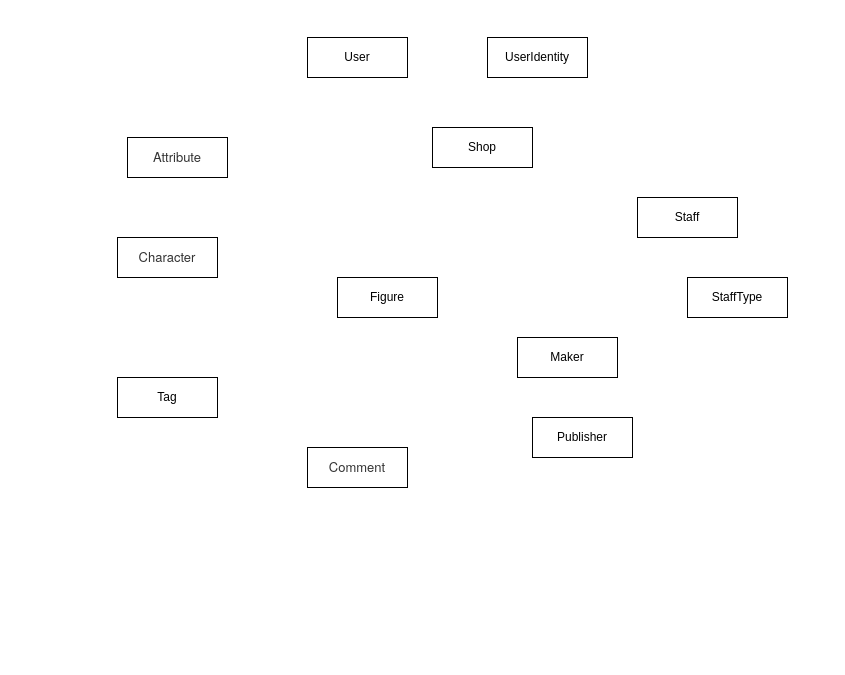
Before: Docs/FigureDB-ERDiagramSimple.drawio in Lem0nCD/FigureDB, a draw.io diagram. Source tidied: cells renumbered, new cells numbered last; positions are measured from the earlier drawing's top-left corner, leaving out a move shared by most shapes. Both pictures are drawn from the tidied source at 100%, with x=0, y=0 at pixel (117, 37).
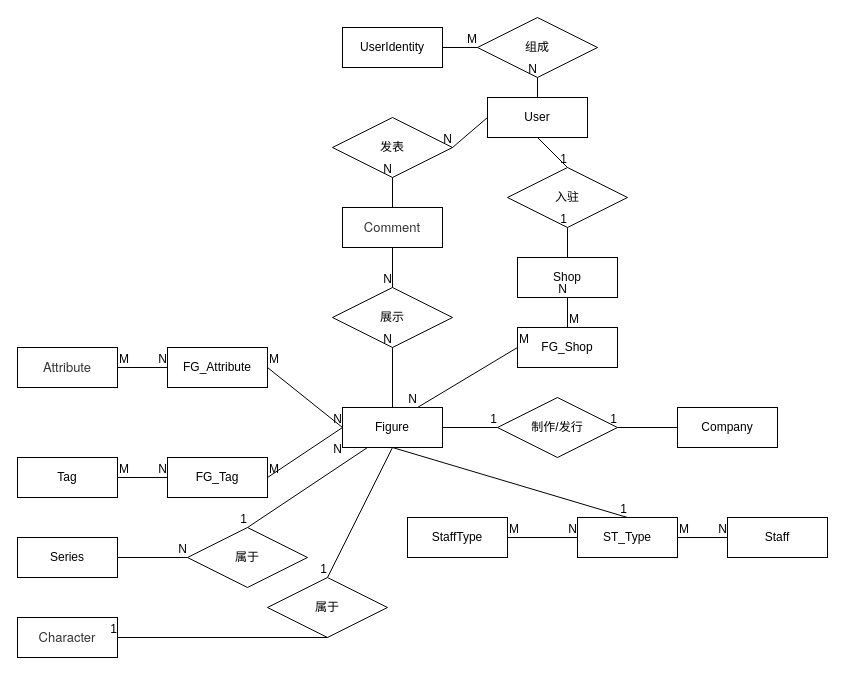
Above is the later version.

Change to the diagram source:
```diff
@@
     <mxCell id="2" value="User" style="whiteSpace=wrap;html=1;align=center;" parent="1" vertex="1">
-      <mxGeometry x="190" width="100" height="40" as="geometry" />
+      <mxGeometry x="370" y="60" width="100" height="40" as="geometry" />
     </mxCell>
     <mxCell id="3" value="UserIdentity" style="whiteSpace=wrap;html=1;align=center;" parent="1" vertex="1">
-      <mxGeometry x="370" width="100" height="40" as="geometry" />
+      <mxGeometry x="225" y="-10" width="100" height="40" as="geometry" />
     </mxCell>
     <mxCell id="4" value="Figure" style="whiteSpace=wrap;html=1;align=center;" parent="1" vertex="1">
-      <mxGeometry x="220" y="240" width="100" height="40" as="geometry" />
+      <mxGeometry x="225" y="370" width="100" height="40" as="geometry" />
     </mxCell>
     <mxCell id="5" value="Shop" style="whiteSpace=wrap;html=1;align=center;" parent="1" vertex="1">
-      <mxGeometry x="315" y="90" width="100" height="40" as="geometry" />
+      <mxGeometry x="400" y="220" width="100" height="40" as="geometry" />
     </mxCell>
-    <mxCell id="6" value="Maker" style="whiteSpace=wrap;html=1;align=center;" parent="1" vertex="1">
-      <mxGeometry x="400" y="300" width="100" height="40" as="geometry" />
+    <mxCell id="6" value="Company" style="whiteSpace=wrap;html=1;align=center;glass=0;" parent="1" vertex="1">
+      <mxGeometry x="560" y="370" width="100" height="40" as="geometry" />
     </mxCell>
     <mxCell id="7" value="Staff" style="whiteSpace=wrap;html=1;align=center;" parent="1" vertex="1">
-      <mxGeometry x="520" y="160" width="100" height="40" as="geometry" />
+      <mxGeometry x="610" y="480" width="100" height="40" as="geometry" />
     </mxCell>
     <mxCell id="8" value="StaffType" style="whiteSpace=wrap;html=1;align=center;" parent="1" vertex="1">
-      <mxGeometry x="570" y="240" width="100" height="40" as="geometry" />
+      <mxGeometry x="290" y="480" width="100" height="40" as="geometry" />
     </mxCell>
     <mxCell id="9" value="Tag" style="whiteSpace=wrap;html=1;align=center;" parent="1" vertex="1">
-      <mxGeometry y="340" width="100" height="40" as="geometry" />
+      <mxGeometry x="-100" y="420" width="100" height="40" as="geometry" />
     </mxCell>
     <mxCell id="10" value="&lt;span style=&quot;color: rgb(51 , 51 , 51) ; font-family: &amp;#34;helvetica neue&amp;#34; , &amp;#34;helvetica&amp;#34; , &amp;#34;arial&amp;#34; , &amp;#34;hiragino sans gb&amp;#34; , &amp;#34;hiragino sans gb w3&amp;#34; , &amp;#34;microsoft yahei ui&amp;#34; , &amp;#34;microsoft yahei&amp;#34; , sans-serif ; font-size: 13px ; text-align: left&quot;&gt;Character&lt;/span&gt;" style="whiteSpace=wrap;html=1;align=center;" parent="1" vertex="1">
-      <mxGeometry y="200" width="100" height="40" as="geometry" />
+      <mxGeometry x="-100" y="580" width="100" height="40" as="geometry" />
     </mxCell>
     <mxCell id="11" value="&lt;span style=&quot;color: rgb(51 , 51 , 51) ; font-family: &amp;#34;helvetica neue&amp;#34; , &amp;#34;helvetica&amp;#34; , &amp;#34;arial&amp;#34; , &amp;#34;hiragino sans gb&amp;#34; , &amp;#34;hiragino sans gb w3&amp;#34; , &amp;#34;microsoft yahei ui&amp;#34; , &amp;#34;microsoft yahei&amp;#34; , sans-serif ; font-size: 13px ; text-align: left&quot;&gt;Attribute&lt;/span&gt;" style="whiteSpace=wrap;html=1;align=center;" parent="1" vertex="1">
-      <mxGeometry x="10" y="100" width="100" height="40" as="geometry" />
+      <mxGeometry x="-100" y="310" width="100" height="40" as="geometry" />
     </mxCell>
-    <mxCell id="12" value="Publisher" style="whiteSpace=wrap;html=1;align=center;" parent="1" vertex="1">
-      <mxGeometry x="415" y="380" width="100" height="40" as="geometry" />
-    </mxCell>
     <mxCell id="13" value="&lt;span style=&quot;color: rgb(51 , 51 , 51) ; font-family: &amp;#34;helvetica neue&amp;#34; , &amp;#34;helvetica&amp;#34; , &amp;#34;arial&amp;#34; , &amp;#34;hiragino sans gb&amp;#34; , &amp;#34;hiragino sans gb w3&amp;#34; , &amp;#34;microsoft yahei ui&amp;#34; , &amp;#34;microsoft yahei&amp;#34; , sans-serif ; font-size: 13px ; text-align: left&quot;&gt;Comment&lt;/span&gt;" style="whiteSpace=wrap;html=1;align=center;" parent="1" vertex="1">
-      <mxGeometry x="190" y="410" width="100" height="40" as="geometry" />
+      <mxGeometry x="225" y="170" width="100" height="40" as="geometry" />
     </mxCell>
+    <mxCell id="14" value="组成" style="shape=rhombus;perimeter=rhombusPerimeter;whiteSpace=wrap;html=1;align=center;" parent="1" vertex="1">
+      <mxGeometry x="360" y="-20" width="120" height="60" as="geometry" />
+    </mxCell>
+    <mxCell id="15" style="endArrow=none;html=1;rounded=0;exitX=0.5;exitY=0;exitDx=0;exitDy=0;entryX=0.5;entryY=1;entryDx=0;entryDy=0;" parent="1" edge="1" source="2" target="14">
+      <mxGeometry relative="1" as="geometry" />
+    </mxCell>
+    <mxCell id="16" value="N" style="html=1;align=right;verticalAlign=bottom;" parent="15" vertex="1">
+      <mxGeometry x="1" relative="1" as="geometry" />
+    </mxCell>
+    <mxCell id="17" style="endArrow=none;html=1;rounded=0;entryX=0;entryY=0.5;entryDx=0;entryDy=0;exitX=1;exitY=0.5;exitDx=0;exitDy=0;" parent="1" edge="1" source="3" target="14">
+      <mxGeometry relative="1" as="geometry" />
+    </mxCell>
+    <mxCell id="18" value="M" style="html=1;align=right;verticalAlign=bottom;" parent="17" vertex="1">
+      <mxGeometry x="1" relative="1" as="geometry" />
+    </mxCell>
+    <mxCell id="19" value="FG_Attribute" style="whiteSpace=wrap;html=1;align=center;" parent="1" vertex="1">
+      <mxGeometry x="50" y="310" width="100" height="40" as="geometry" />
+    </mxCell>
+    <mxCell id="20" value="FG_Tag" style="whiteSpace=wrap;html=1;align=center;" parent="1" vertex="1">
+      <mxGeometry x="50" y="420" width="100" height="40" as="geometry" />
+    </mxCell>
+    <mxCell id="21" style="endArrow=none;html=1;rounded=0;exitX=1;exitY=0.5;exitDx=0;exitDy=0;entryX=0;entryY=0.5;entryDx=0;entryDy=0;" parent="1" edge="1" source="19" target="4">
+      <mxGeometry relative="1" as="geometry" />
+    </mxCell>
+    <mxCell id="22" value="M" style="html=1;align=left;verticalAlign=bottom;" parent="21" vertex="1">
+      <mxGeometry x="-1" relative="1" as="geometry" />
+    </mxCell>
+    <mxCell id="23" value="N" style="html=1;align=right;verticalAlign=bottom;" parent="21" vertex="1">
+      <mxGeometry x="1" relative="1" as="geometry" />
+    </mxCell>
+    <mxCell id="24" style="endArrow=none;html=1;rounded=0;entryX=0;entryY=0.5;entryDx=0;entryDy=0;exitX=1;exitY=0.5;exitDx=0;exitDy=0;" parent="1" edge="1" source="11" target="19">
+      <mxGeometry relative="1" as="geometry" />
+    </mxCell>
+    <mxCell id="25" value="M" style="html=1;align=left;verticalAlign=bottom;" parent="24" vertex="1">
+      <mxGeometry x="-1" relative="1" as="geometry" />
+    </mxCell>
+    <mxCell id="26" value="N" style="html=1;align=right;verticalAlign=bottom;" parent="24" vertex="1">
+      <mxGeometry x="1" relative="1" as="geometry" />
+    </mxCell>
+    <mxCell id="27" style="endArrow=none;html=1;rounded=0;exitX=1;exitY=0.5;exitDx=0;exitDy=0;entryX=0;entryY=0.5;entryDx=0;entryDy=0;" parent="1" edge="1" source="9" target="20">
+      <mxGeometry relative="1" as="geometry" />
+    </mxCell>
+    <mxCell id="28" value="M" style="html=1;align=left;verticalAlign=bottom;" parent="27" vertex="1">
+      <mxGeometry x="-1" relative="1" as="geometry" />
+    </mxCell>
+    <mxCell id="29" value="N" style="html=1;align=right;verticalAlign=bottom;" parent="27" vertex="1">
+      <mxGeometry x="1" relative="1" as="geometry" />
+    </mxCell>
+    <mxCell id="30" style="endArrow=none;html=1;rounded=0;entryX=0;entryY=0.5;entryDx=0;entryDy=0;exitX=1;exitY=0.5;exitDx=0;exitDy=0;" parent="1" edge="1" source="20" target="4">
+      <mxGeometry relative="1" as="geometry" />
+    </mxCell>
+    <mxCell id="31" value="M" style="html=1;align=left;verticalAlign=bottom;" parent="30" vertex="1">
+      <mxGeometry x="-1" relative="1" as="geometry" />
+    </mxCell>
+    <mxCell id="32" value="N" style="html=1;align=right;verticalAlign=bottom;" parent="30" vertex="1">
+      <mxGeometry x="1" relative="1" as="geometry">
+        <mxPoint x="0.2" y="29.8" as="offset" />
+      </mxGeometry>
+    </mxCell>
+    <mxCell id="33" value="发表" style="shape=rhombus;perimeter=rhombusPerimeter;whiteSpace=wrap;html=1;align=center;" parent="1" vertex="1">
+      <mxGeometry x="215" y="80" width="120" height="60" as="geometry" />
+    </mxCell>
+    <mxCell id="34" style="endArrow=none;html=1;rounded=0;exitX=0;exitY=0.5;exitDx=0;exitDy=0;entryX=1;entryY=0.5;entryDx=0;entryDy=0;" parent="1" edge="1" source="2" target="33">
+      <mxGeometry relative="1" as="geometry" />
+    </mxCell>
+    <mxCell id="35" value="N" style="html=1;align=right;verticalAlign=bottom;" parent="34" vertex="1">
+      <mxGeometry x="1" relative="1" as="geometry" />
+    </mxCell>
+    <mxCell id="36" style="endArrow=none;html=1;rounded=0;entryX=0.5;entryY=1;entryDx=0;entryDy=0;exitX=0.5;exitY=0;exitDx=0;exitDy=0;" parent="1" edge="1" source="13" target="33">
+      <mxGeometry relative="1" as="geometry" />
+    </mxCell>
+    <mxCell id="37" value="N" style="html=1;align=right;verticalAlign=bottom;" parent="36" vertex="1">
+      <mxGeometry x="1" relative="1" as="geometry" />
+    </mxCell>
+    <mxCell id="38" value="展示" style="shape=rhombus;perimeter=rhombusPerimeter;whiteSpace=wrap;html=1;align=center;glass=0;" parent="1" vertex="1">
+      <mxGeometry x="215" y="250" width="120" height="60" as="geometry" />
+    </mxCell>
+    <mxCell id="39" style="endArrow=none;html=1;rounded=0;exitX=0.5;exitY=1;exitDx=0;exitDy=0;entryX=0.5;entryY=0;entryDx=0;entryDy=0;" parent="1" edge="1" source="13" target="38">
+      <mxGeometry relative="1" as="geometry" />
+    </mxCell>
+    <mxCell id="40" value="N" style="html=1;align=right;verticalAlign=bottom;" parent="39" vertex="1">
+      <mxGeometry x="1" relative="1" as="geometry" />
+    </mxCell>
+    <mxCell id="41" style="endArrow=none;html=1;rounded=0;entryX=0.5;entryY=1;entryDx=0;entryDy=0;exitX=0.5;exitY=0;exitDx=0;exitDy=0;" parent="1" edge="1" source="4" target="38">
+      <mxGeometry relative="1" as="geometry" />
+    </mxCell>
+    <mxCell id="42" value="N" style="html=1;align=right;verticalAlign=bottom;" parent="41" vertex="1">
+      <mxGeometry x="1" relative="1" as="geometry" />
+    </mxCell>
+    <mxCell id="43" value="Series" style="whiteSpace=wrap;html=1;align=center;glass=0;" parent="1" vertex="1">
+      <mxGeometry x="-100" y="500" width="100" height="40" as="geometry" />
+    </mxCell>
+    <mxCell id="44" value="入驻" style="shape=rhombus;perimeter=rhombusPerimeter;whiteSpace=wrap;html=1;align=center;glass=0;" parent="1" vertex="1">
+      <mxGeometry x="390" y="130" width="120" height="60" as="geometry" />
+    </mxCell>
+    <mxCell id="45" style="endArrow=none;html=1;rounded=0;exitX=0.5;exitY=1;exitDx=0;exitDy=0;entryX=0.5;entryY=0;entryDx=0;entryDy=0;" parent="1" edge="1" source="2" target="44">
+      <mxGeometry relative="1" as="geometry" />
+    </mxCell>
+    <mxCell id="46" value="1" style="html=1;align=right;verticalAlign=bottom;" parent="45" vertex="1">
+      <mxGeometry x="1" relative="1" as="geometry" />
+    </mxCell>
+    <mxCell id="47" style="endArrow=none;html=1;rounded=0;entryX=0.5;entryY=1;entryDx=0;entryDy=0;exitX=0.5;exitY=0;exitDx=0;exitDy=0;" parent="1" edge="1" source="5" target="44">
+      <mxGeometry relative="1" as="geometry" />
+    </mxCell>
+    <mxCell id="48" value="1" style="html=1;align=right;verticalAlign=bottom;" parent="47" vertex="1">
+      <mxGeometry x="1" relative="1" as="geometry" />
+    </mxCell>
+    <mxCell id="49" value="FG_Shop" style="whiteSpace=wrap;html=1;align=center;glass=0;" parent="1" vertex="1">
+      <mxGeometry x="400" y="290" width="100" height="40" as="geometry" />
+    </mxCell>
+    <mxCell id="50" style="endArrow=none;html=1;rounded=0;entryX=0.5;entryY=1;entryDx=0;entryDy=0;exitX=0.5;exitY=0;exitDx=0;exitDy=0;" parent="1" edge="1" source="49" target="5">
+      <mxGeometry relative="1" as="geometry" />
+    </mxCell>
+    <mxCell id="51" value="M" style="html=1;align=left;verticalAlign=bottom;" parent="50" vertex="1">
+      <mxGeometry x="-1" relative="1" as="geometry" />
+    </mxCell>
+    <mxCell id="52" value="N" style="html=1;align=right;verticalAlign=bottom;" parent="50" vertex="1">
+      <mxGeometry x="1" relative="1" as="geometry" />
+    </mxCell>
+    <mxCell id="53" style="endArrow=none;html=1;rounded=0;exitX=0;exitY=0.5;exitDx=0;exitDy=0;entryX=0.75;entryY=0;entryDx=0;entryDy=0;" parent="1" edge="1" source="49" target="4">
+      <mxGeometry relative="1" as="geometry" />
+    </mxCell>
+    <mxCell id="54" value="M" style="html=1;align=left;verticalAlign=bottom;" parent="53" vertex="1">
+      <mxGeometry x="-1" relative="1" as="geometry" />
+    </mxCell>
+    <mxCell id="55" value="N" style="html=1;align=right;verticalAlign=bottom;" parent="53" vertex="1">
+      <mxGeometry x="1" relative="1" as="geometry" />
+    </mxCell>
+    <mxCell id="56" value="制作/发行" style="shape=rhombus;perimeter=rhombusPerimeter;whiteSpace=wrap;html=1;align=center;glass=0;" parent="1" vertex="1">
+      <mxGeometry x="380" y="360" width="120" height="60" as="geometry" />
+    </mxCell>
+    <mxCell id="57" style="endArrow=none;html=1;rounded=0;exitX=1;exitY=0.5;exitDx=0;exitDy=0;entryX=0;entryY=0.5;entryDx=0;entryDy=0;" parent="1" edge="1" source="4" target="56">
+      <mxGeometry relative="1" as="geometry" />
+    </mxCell>
+    <mxCell id="58" value="1" style="html=1;align=right;verticalAlign=bottom;" parent="57" vertex="1">
+      <mxGeometry x="1" relative="1" as="geometry" />
+    </mxCell>
+    <mxCell id="59" style="endArrow=none;html=1;rounded=0;exitX=0;exitY=0.5;exitDx=0;exitDy=0;entryX=1;entryY=0.5;entryDx=0;entryDy=0;" parent="1" edge="1" source="6" target="56">
+      <mxGeometry relative="1" as="geometry" />
+    </mxCell>
+    <mxCell id="60" value="1" style="html=1;align=right;verticalAlign=bottom;" parent="59" vertex="1">
+      <mxGeometry x="1" relative="1" as="geometry" />
+    </mxCell>
+    <mxCell id="61" value="属于" style="shape=rhombus;perimeter=rhombusPerimeter;whiteSpace=wrap;html=1;align=center;glass=0;" parent="1" vertex="1">
+      <mxGeometry x="70" y="490" width="120" height="60" as="geometry" />
+    </mxCell>
+    <mxCell id="62" style="endArrow=none;html=1;rounded=0;entryX=0.5;entryY=0;entryDx=0;entryDy=0;exitX=0.25;exitY=1;exitDx=0;exitDy=0;" parent="1" edge="1" source="4" target="61">
+      <mxGeometry relative="1" as="geometry" />
+    </mxCell>
+    <mxCell id="63" value="1" style="html=1;align=right;verticalAlign=bottom;" parent="62" vertex="1">
+      <mxGeometry x="1" relative="1" as="geometry" />
+    </mxCell>
+    <mxCell id="64" style="endArrow=none;html=1;rounded=0;entryX=0;entryY=0.5;entryDx=0;entryDy=0;exitX=1;exitY=0.5;exitDx=0;exitDy=0;" parent="1" edge="1" source="43" target="61">
+      <mxGeometry relative="1" as="geometry" />
+    </mxCell>
+    <mxCell id="65" value="N" style="html=1;align=right;verticalAlign=bottom;" parent="64" vertex="1">
+      <mxGeometry x="1" relative="1" as="geometry" />
+    </mxCell>
+    <mxCell id="66" value="属于" style="shape=rhombus;perimeter=rhombusPerimeter;whiteSpace=wrap;html=1;align=center;glass=0;" parent="1" vertex="1">
+      <mxGeometry x="150" y="540" width="120" height="60" as="geometry" />
+    </mxCell>
+    <mxCell id="67" style="endArrow=none;html=1;rounded=0;exitX=0.5;exitY=1;exitDx=0;exitDy=0;entryX=0.5;entryY=0;entryDx=0;entryDy=0;" parent="1" edge="1" source="4" target="66">
+      <mxGeometry relative="1" as="geometry" />
+    </mxCell>
+    <mxCell id="68" value="1" style="html=1;align=right;verticalAlign=bottom;" parent="67" vertex="1">
+      <mxGeometry x="1" relative="1" as="geometry" />
+    </mxCell>
+    <mxCell id="69" style="endArrow=none;html=1;rounded=0;exitX=0.5;exitY=1;exitDx=0;exitDy=0;" parent="1" edge="1" source="66" target="10">
+      <mxGeometry relative="1" as="geometry" />
+    </mxCell>
+    <mxCell id="70" value="1" style="html=1;align=right;verticalAlign=bottom;" parent="69" vertex="1">
+      <mxGeometry x="1" relative="1" as="geometry" />
+    </mxCell>
+    <mxCell id="71" value="ST_Type" style="whiteSpace=wrap;html=1;align=center;glass=0;" parent="1" vertex="1">
+      <mxGeometry x="460" y="480" width="100" height="40" as="geometry" />
+    </mxCell>
+    <mxCell id="72" style="endArrow=none;html=1;rounded=0;exitX=1;exitY=0.5;exitDx=0;exitDy=0;entryX=0;entryY=0.5;entryDx=0;entryDy=0;" parent="1" edge="1" source="8" target="71">
+      <mxGeometry relative="1" as="geometry" />
+    </mxCell>
+    <mxCell id="73" value="M" style="html=1;align=left;verticalAlign=bottom;" parent="72" vertex="1">
+      <mxGeometry x="-1" relative="1" as="geometry" />
+    </mxCell>
+    <mxCell id="74" value="N" style="html=1;align=right;verticalAlign=bottom;" parent="72" vertex="1">
+      <mxGeometry x="1" relative="1" as="geometry" />
+    </mxCell>
+    <mxCell id="75" style="endArrow=none;html=1;rounded=0;exitX=1;exitY=0.5;exitDx=0;exitDy=0;entryX=0;entryY=0.5;entryDx=0;entryDy=0;" parent="1" edge="1" source="71" target="7">
+      <mxGeometry relative="1" as="geometry" />
+    </mxCell>
+    <mxCell id="76" value="M" style="html=1;align=left;verticalAlign=bottom;" parent="75" vertex="1">
+      <mxGeometry x="-1" relative="1" as="geometry" />
+    </mxCell>
+    <mxCell id="77" value="N" style="html=1;align=right;verticalAlign=bottom;" parent="75" vertex="1">
+      <mxGeometry x="1" relative="1" as="geometry" />
+    </mxCell>
+    <mxCell id="78" style="endArrow=none;html=1;rounded=0;exitX=0.5;exitY=1;exitDx=0;exitDy=0;entryX=0.5;entryY=0;entryDx=0;entryDy=0;" parent="1" edge="1" source="4" target="71">
+      <mxGeometry relative="1" as="geometry" />
+    </mxCell>
+    <mxCell id="79" value="1" style="html=1;align=right;verticalAlign=bottom;" parent="78" vertex="1">
+      <mxGeometry x="1" relative="1" as="geometry" />
+    </mxCell>
```
